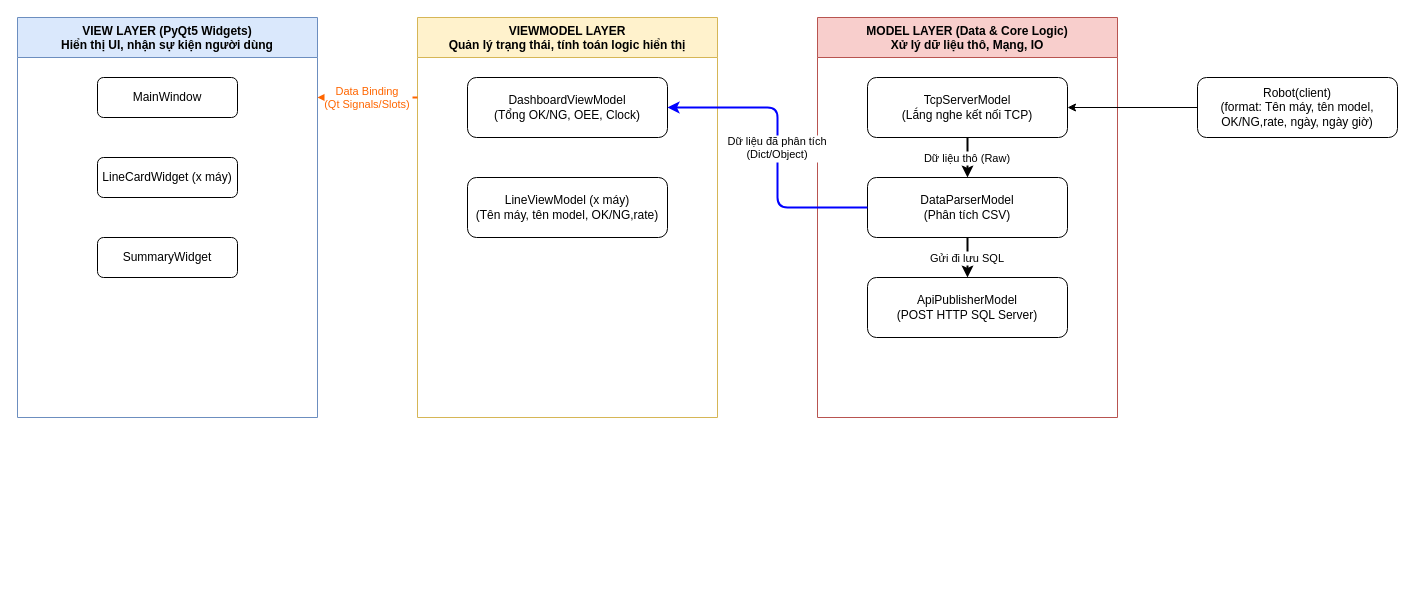
Earlier version of the draw.io diagram Agent_prj/docs/architecture.drawio (Thinhngua1/MINI_PC_WIN7_full_UI). Source tidied: cells renumbered, new cells numbered last; positions are measured from the earlier drawing's top-left corner, leaving out a move shared by most shapes. Both pictures are drawn from the tidied source at 100%, with x=0, y=0 at pixel (17, 17).
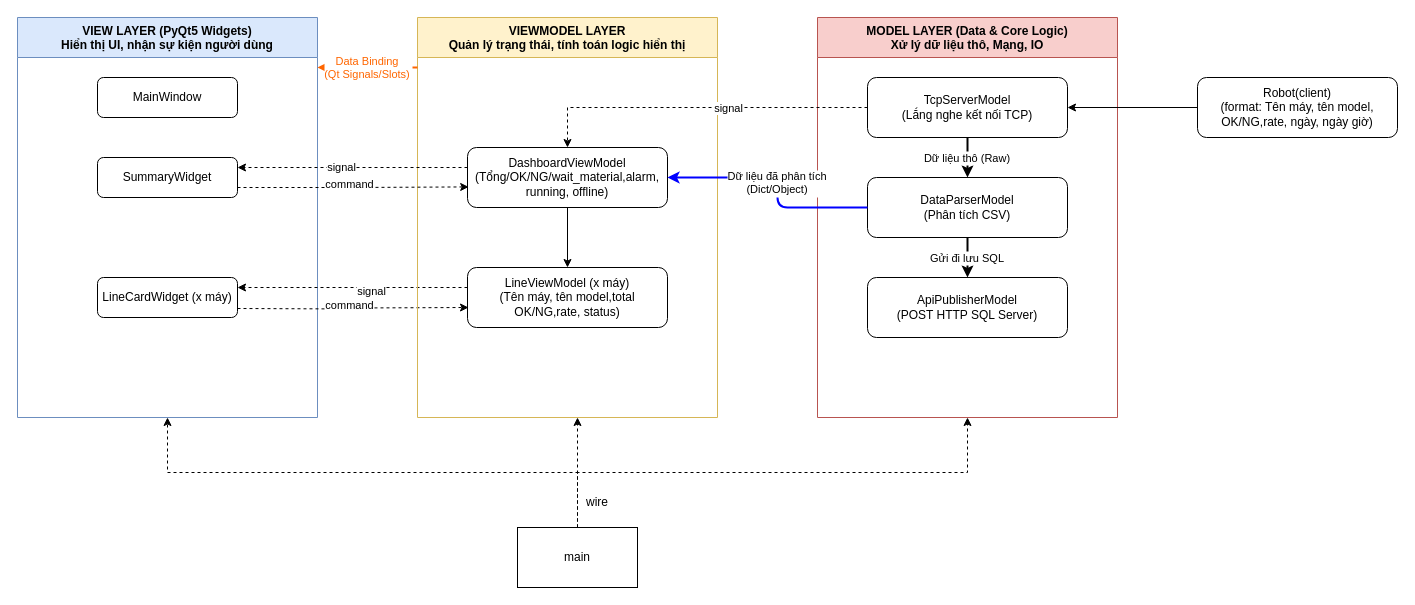
The same diagram, later.

Unchanged cells that the change refers to:
```xml
<mxCell id="2" value="VIEW LAYER (PyQt5 Widgets)&#10;Hiển thị UI, nhận sự kiện người dùng" style="swimlane;fillColor=#dae8fc;strokeColor=#6c8ebf;fontStyle=1;startSize=40;" parent="1" vertex="1">
  <mxGeometry width="300" height="400" as="geometry" />
</mxCell>
<mxCell id="6" value="VIEWMODEL LAYER&#10;Quản lý trạng thái, tính toán logic hiển thị" style="swimlane;fillColor=#fff2cc;strokeColor=#d6b656;fontStyle=1;startSize=40;" parent="1" vertex="1">
  <mxGeometry x="400" width="300" height="400" as="geometry" />
</mxCell>
<mxCell id="9" value="MODEL LAYER (Data &amp; Core Logic)&#10;Xử lý dữ liệu thô, Mạng, IO" style="swimlane;fillColor=#f8cecc;strokeColor=#b85450;fontStyle=1;startSize=40;" parent="1" vertex="1">
  <mxGeometry x="800" width="300" height="400" as="geometry" />
</mxCell>
<mxCell id="10" value="TcpServerModel&#10;(Lắng nghe kết nối TCP)" style="rounded=1;whiteSpace=wrap;html=1;" parent="9" vertex="1">
  <mxGeometry x="50" y="60" width="200" height="60" as="geometry" />
</mxCell>
<mxCell id="11" value="DataParserModel&#10;(Phân tích CSV)" style="rounded=1;whiteSpace=wrap;html=1;" parent="9" vertex="1">
  <mxGeometry x="50" y="160" width="200" height="60" as="geometry" />
</mxCell>
```

Diff of the diagram source:
```diff
@@
     <mxCell id="4" value="LineCardWidget (x máy)" style="rounded=1;whiteSpace=wrap;html=1;" parent="2" vertex="1">
-      <mxGeometry x="80" y="140" width="140" height="40" as="geometry" />
+      <mxGeometry x="80" y="260" width="140" height="40" as="geometry" />
     </mxCell>
     <mxCell id="5" value="SummaryWidget" style="rounded=1;whiteSpace=wrap;html=1;" parent="2" vertex="1">
-      <mxGeometry x="80" y="220" width="140" height="40" as="geometry" />
+      <mxGeometry x="80" y="140" width="140" height="40" as="geometry" />
     </mxCell>
+    <mxCell id="19" style="edgeStyle=orthogonalEdgeStyle;rounded=0;orthogonalLoop=1;jettySize=auto;html=1;exitX=1;exitY=0.75;exitDx=0;exitDy=0;entryX=0.006;entryY=0.657;entryDx=0;entryDy=0;entryPerimeter=0;dashed=1;" parent="2" edge="1">
+      <mxGeometry relative="1" as="geometry">
+        <mxPoint x="220" y="291" as="sourcePoint" />
+        <mxPoint x="451" y="290" as="targetPoint" />
+      </mxGeometry>
+    </mxCell>
+    <mxCell id="20" value="command" style="edgeLabel;html=1;align=center;verticalAlign=middle;" parent="19" vertex="1">
+      <mxGeometry x="-0.04" y="4" relative="1" as="geometry" />
+    </mxCell>
+    <mxCell id="21" style="edgeStyle=orthogonalEdgeStyle;rounded=0;orthogonalLoop=1;jettySize=auto;html=1;exitX=0;exitY=0.5;exitDx=0;exitDy=0;entryX=1;entryY=0.5;entryDx=0;entryDy=0;dashed=1;" parent="2" edge="1">
+      <mxGeometry relative="1" as="geometry">
+        <mxPoint x="450" y="270" as="sourcePoint" />
+        <mxPoint x="220" y="270" as="targetPoint" />
+      </mxGeometry>
+    </mxCell>
+    <mxCell id="22" value="signal" style="edgeLabel;html=1;align=center;verticalAlign=middle;" parent="21" vertex="1">
+      <mxGeometry x="-0.16" y="3" relative="1" as="geometry" />
+    </mxCell>
@@
+    <mxCell id="23" style="edgeStyle=orthogonalEdgeStyle;rounded=0;jettySize=auto;html=1;exitX=0.5;exitY=1;exitDx=0;exitDy=0;entryX=0.5;entryY=0;entryDx=0;entryDy=0;" parent="6" edge="1" source="7" target="8">
+      <mxGeometry relative="1" as="geometry" />
+    </mxCell>
-    <mxCell id="7" value="DashboardViewModel&lt;br&gt;(Tổng OK/NG, OEE, Clock)" style="rounded=1;whiteSpace=wrap;html=1;" parent="6" vertex="1">
-      <mxGeometry x="50" y="60" width="200" height="60" as="geometry" />
+    <mxCell id="7" value="DashboardViewModel&#10;(Tổng/OK/NG/wait_material,alarm, running, offline)" style="rounded=1;whiteSpace=wrap;" parent="6" vertex="1">
+      <mxGeometry x="50" y="130" width="200" height="60" as="geometry" />
     </mxCell>
-    <mxCell id="8" value="LineViewModel (x máy)&lt;br&gt;(Tên máy, tên model, OK/NG,rate)" style="rounded=1;whiteSpace=wrap;html=1;" parent="6" vertex="1">
-      <mxGeometry x="50" y="160" width="200" height="60" as="geometry" />
+    <mxCell id="8" value="LineViewModel (x máy)&lt;br&gt;(Tên máy, tên model,total OK/NG,rate, status)" style="rounded=1;whiteSpace=wrap;html=1;" parent="6" vertex="1">
+      <mxGeometry x="50" y="250" width="200" height="60" as="geometry" />
     </mxCell>
@@
     <mxCell id="13" value="Data Binding&#10;(Qt Signals/Slots)" style="edgeStyle=orthogonalEdgeStyle;rounded=1;strokeWidth=2;dashed=1;fontColor=#FF6600;strokeColor=#FF6600;" parent="1" edge="1" source="6" target="2">
       <mxGeometry relative="1" as="geometry">
         <Array as="points">
-          <mxPoint x="360" y="80" />
-          <mxPoint x="360" y="80" />
+          <mxPoint x="350" y="50" />
+          <mxPoint x="350" y="50" />
         </Array>
       </mxGeometry>
     </mxCell>
@@
-    <mxCell id="15" value="Dữ liệu đã phân tích&#10;(Dict/Object)" style="edgeStyle=orthogonalEdgeStyle;rounded=1;strokeWidth=2;strokeColor=#0000FF;" parent="1" edge="1" source="11" target="7">
+    <mxCell id="15" value="Dữ liệu đã phân tích&#10;(Dict/Object)" style="edgeStyle=orthogonalEdgeStyle;rounded=1;strokeWidth=2;strokeColor=#0000FF;entryX=1;entryY=0.5;entryDx=0;entryDy=0;" parent="1" edge="1" source="11" target="7">
       <mxGeometry relative="1" as="geometry">
         <Array as="points">
           <mxPoint x="760" y="190" />
-          <mxPoint x="760" y="90" />
+          <mxPoint x="760" y="160" />
         </Array>
       </mxGeometry>
     </mxCell>
@@
+    <mxCell id="24" style="edgeStyle=orthogonalEdgeStyle;rounded=0;orthogonalLoop=1;jettySize=auto;html=1;exitX=0;exitY=0.5;exitDx=0;exitDy=0;entryX=1;entryY=0.5;entryDx=0;entryDy=0;dashed=1;" parent="1" edge="1">
+      <mxGeometry relative="1" as="geometry">
+        <mxPoint x="450" y="150" as="sourcePoint" />
+        <mxPoint x="220" y="150" as="targetPoint" />
+      </mxGeometry>
+    </mxCell>
+    <mxCell id="25" value="signal" style="edgeLabel;html=1;align=center;verticalAlign=middle;" parent="24" vertex="1">
+      <mxGeometry x="0.1" y="-1" relative="1" as="geometry" />
+    </mxCell>
+    <mxCell id="26" style="edgeStyle=orthogonalEdgeStyle;rounded=0;jettySize=auto;html=1;exitX=0.5;exitY=0;exitDx=0;exitDy=0;entryX=0.5;entryY=1;entryDx=0;entryDy=0;dashed=1;" parent="1" edge="1" source="29" target="2">
+      <mxGeometry relative="1" as="geometry" />
+    </mxCell>
+    <mxCell id="27" style="edgeStyle=orthogonalEdgeStyle;rounded=0;jettySize=auto;html=1;exitX=0.5;exitY=0;exitDx=0;exitDy=0;dashed=1;" parent="1" edge="1" source="29">
+      <mxGeometry relative="1" as="geometry">
+        <mxPoint x="560" y="400" as="targetPoint" />
+      </mxGeometry>
+    </mxCell>
+    <mxCell id="28" style="edgeStyle=orthogonalEdgeStyle;rounded=0;jettySize=auto;html=1;exitX=0.5;exitY=0;exitDx=0;exitDy=0;entryX=0.5;entryY=1;entryDx=0;entryDy=0;dashed=1;" parent="1" edge="1" source="29" target="9">
+      <mxGeometry relative="1" as="geometry" />
+    </mxCell>
+    <mxCell id="29" value="main" style="rounded=0;whiteSpace=wrap;html=1;" parent="1" vertex="1">
+      <mxGeometry x="500" y="510" width="120" height="60" as="geometry" />
+    </mxCell>
+    <mxCell id="30" style="edgeStyle=orthogonalEdgeStyle;rounded=0;jettySize=auto;html=1;exitX=1;exitY=0.75;exitDx=0;exitDy=0;entryX=0.006;entryY=0.657;entryDx=0;entryDy=0;entryPerimeter=0;dashed=1;" parent="1" edge="1" source="5" target="7">
+      <mxGeometry relative="1" as="geometry" />
+    </mxCell>
+    <mxCell id="31" value="command" style="edgeLabel;html=1;align=center;verticalAlign=middle;" parent="30" vertex="1">
+      <mxGeometry x="-0.04" y="4" relative="1" as="geometry" />
+    </mxCell>
+    <mxCell id="32" value="wire" style="text;html=1;whiteSpace=wrap;strokeColor=none;fillColor=none;align=center;verticalAlign=middle;rounded=0;" parent="1" vertex="1">
+      <mxGeometry x="550" y="470" width="60" height="30" as="geometry" />
+    </mxCell>
+    <mxCell id="33" style="edgeStyle=orthogonalEdgeStyle;rounded=0;jettySize=auto;html=1;exitX=0;exitY=0.5;exitDx=0;exitDy=0;entryX=0.5;entryY=0;entryDx=0;entryDy=0;dashed=1;" parent="1" edge="1" source="10" target="7">
+      <mxGeometry relative="1" as="geometry" />
+    </mxCell>
+    <mxCell id="34" value="signal" style="edgeLabel;html=1;align=center;verticalAlign=middle;" parent="1" vertex="1">
+      <mxGeometry x="710" y="90" as="geometry" />
+    </mxCell>
```
